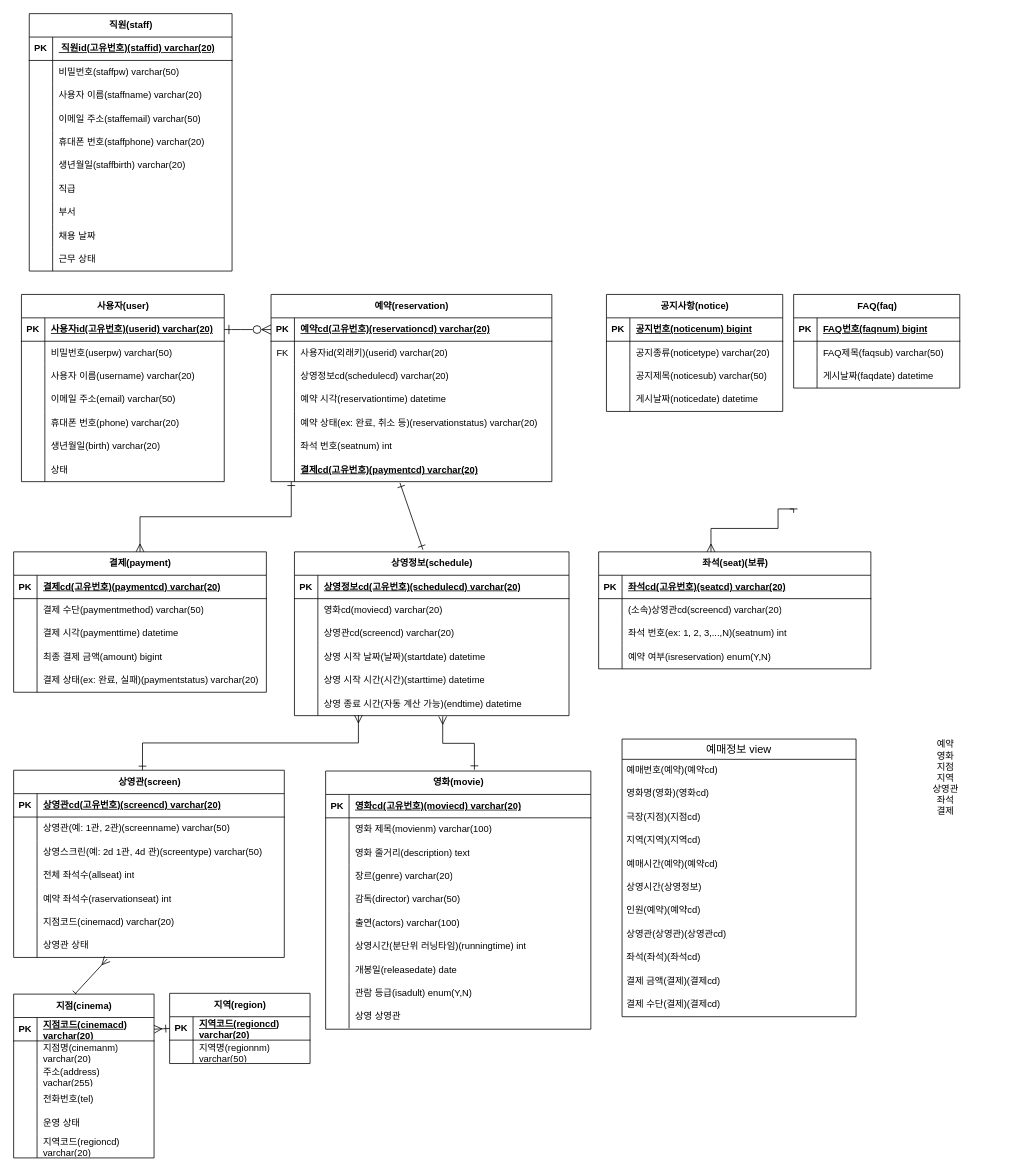
Above: thescreendberd.drawio in Leeoc1/projectscr (draw.io), before the change. Source tidied: cells renumbered, new cells numbered last; positions are measured from the earlier drawing's top-left corner, leaving out a move shared by most shapes. Both pictures are drawn from the tidied source at 78%, with x=0, y=0 at pixel (13, 13).
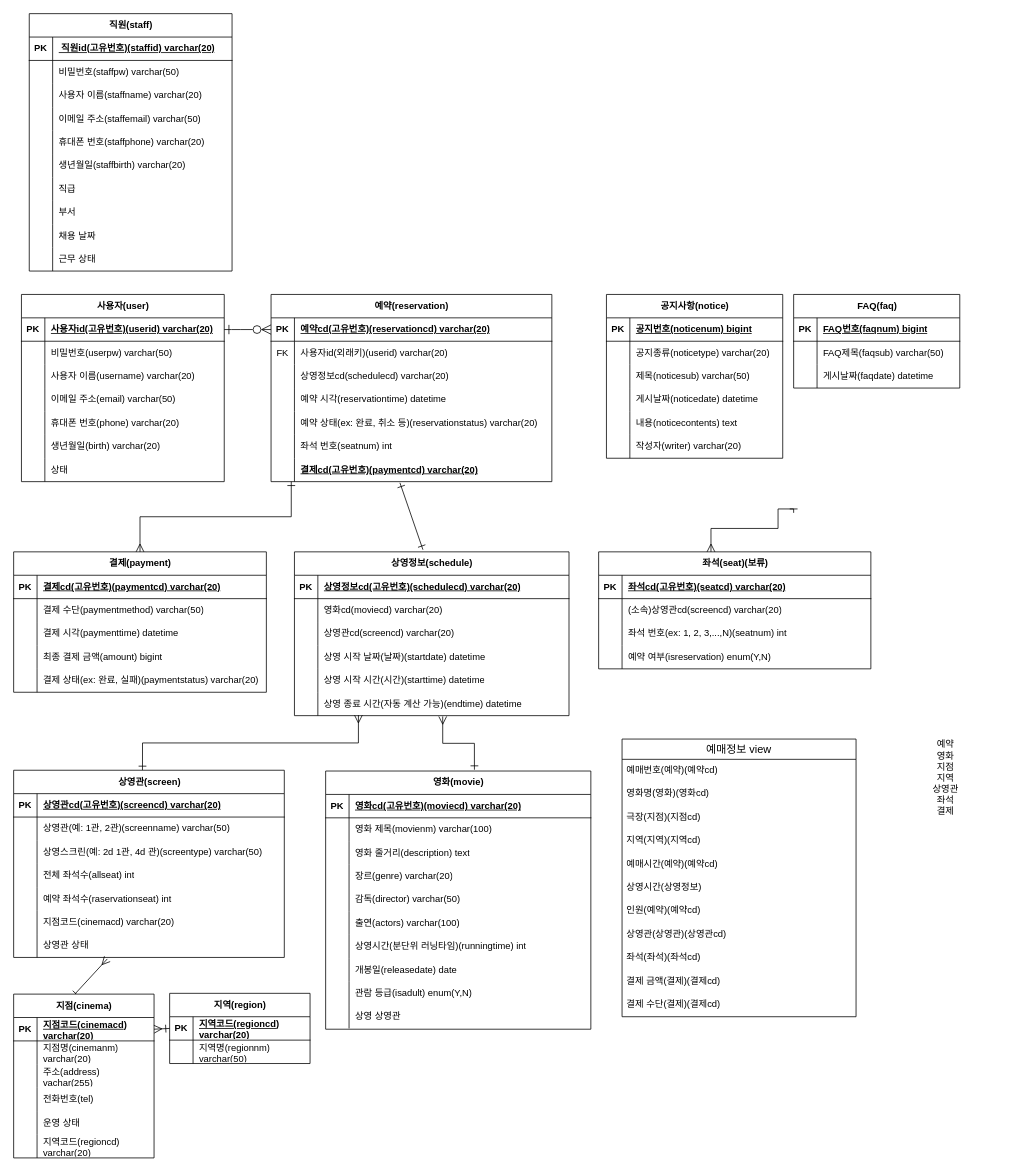
The same page after the edit.

Unchanged cells that the change refers to:
```xml
<mxCell id="161" style="shape=tableRow;horizontal=0;startSize=0;swimlaneHead=0;swimlaneBody=0;fillColor=none;top=0;left=0;right=0;bottom=0;" parent="154" vertex="1">
  <mxGeometry y="90" width="226" height="30" as="geometry" />
</mxCell>
```

Diff of the diagram source:
```diff
@@
     <mxCell id="154" value="공지사항(notice)" style="shape=table;startSize=30;childLayout=tableLayout;rowLines=0;fontStyle=1;align=center;html=1;" parent="1" vertex="1">
-      <mxGeometry x="760" y="360" width="226" height="150" as="geometry" />
+      <mxGeometry x="760" y="360" width="226" height="210" as="geometry" />
     </mxCell>
@@
-    <mxCell id="163" value="공지제목(noticesub) varchar(50)" style="shape=partialRectangle;fillColor=none;top=0;left=0;bottom=0;right=0;align=left;spacingLeft=6;overflow=hidden;whiteSpace=wrap;html=1;" parent="161" vertex="1">
+    <mxCell id="163" value="&lt;div&gt;&lt;span style=&quot;background-color: transparent; color: light-dark(rgb(0, 0, 0), rgb(255, 255, 255));&quot;&gt;제목(noticesub) varchar(50)&lt;/span&gt;&lt;/div&gt;" style="shape=partialRectangle;fillColor=none;top=0;left=0;bottom=0;right=0;align=left;spacingLeft=6;overflow=hidden;whiteSpace=wrap;html=1;" parent="161" vertex="1">
       <mxGeometry x="30" width="196" height="30" as="geometry" />
     </mxCell>
@@
+    <mxCell id="248" style="shape=tableRow;horizontal=0;startSize=0;swimlaneHead=0;swimlaneBody=0;fillColor=none;top=0;left=0;right=0;bottom=0;" parent="154" vertex="1">
+      <mxGeometry y="150" width="226" height="30" as="geometry" />
+    </mxCell>
+    <mxCell id="249" style="shape=partialRectangle;fillColor=none;top=0;left=0;bottom=0;right=0;overflow=hidden;whiteSpace=wrap;html=1;" parent="248" vertex="1">
+      <mxGeometry width="30" height="30" as="geometry" />
+    </mxCell>
+    <mxCell id="250" value="&lt;div&gt;&lt;span style=&quot;background-color: transparent; color: light-dark(rgb(0, 0, 0), rgb(255, 255, 255));&quot;&gt;내용(noticecontents) text&lt;/span&gt;&lt;/div&gt;" style="shape=partialRectangle;fillColor=none;top=0;left=0;bottom=0;right=0;align=left;spacingLeft=6;overflow=hidden;whiteSpace=wrap;html=1;" parent="248" vertex="1">
+      <mxGeometry x="30" width="196" height="30" as="geometry" />
+    </mxCell>
+    <mxCell id="251" style="shape=tableRow;horizontal=0;startSize=0;swimlaneHead=0;swimlaneBody=0;fillColor=none;top=0;left=0;right=0;bottom=0;" parent="154" vertex="1">
+      <mxGeometry y="180" width="226" height="30" as="geometry" />
+    </mxCell>
+    <mxCell id="252" value="&lt;span style=&quot;white-space: pre;&quot;&gt;&#9;&lt;/span&gt;&lt;span style=&quot;white-space: pre;&quot;&gt;&#9;&lt;/span&gt;" style="shape=partialRectangle;fillColor=none;top=0;left=0;bottom=0;right=0;overflow=hidden;whiteSpace=wrap;html=1;" parent="251" vertex="1">
+      <mxGeometry width="30" height="30" as="geometry" />
+    </mxCell>
+    <mxCell id="253" value="작성자(writer) varchar(20)" style="shape=partialRectangle;fillColor=none;top=0;left=0;bottom=0;right=0;align=left;spacingLeft=6;overflow=hidden;whiteSpace=wrap;html=1;" parent="251" vertex="1">
+      <mxGeometry x="30" width="196" height="30" as="geometry" />
+    </mxCell>
```
